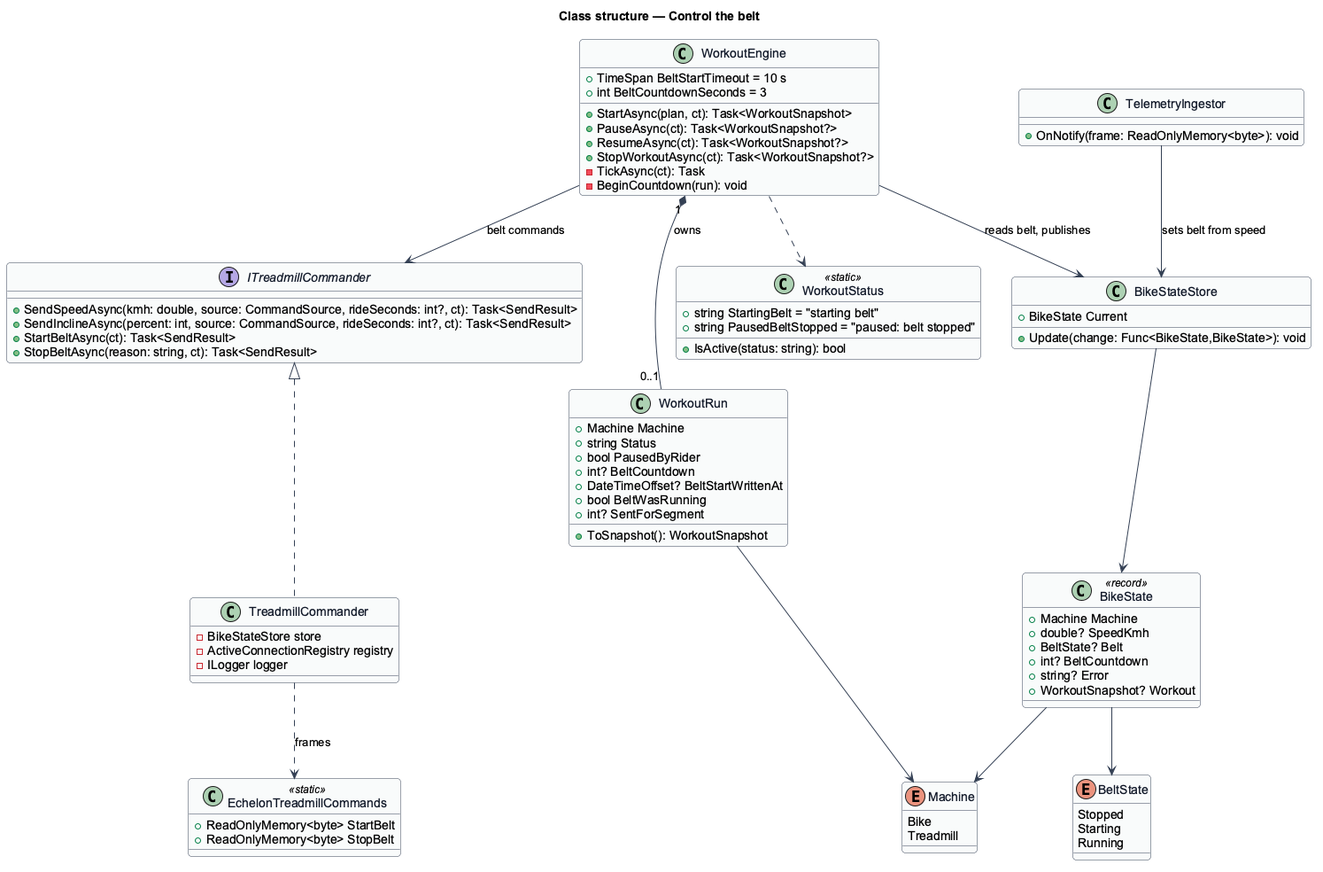
Before: docs/detailed-designs/treadmill/control-the-belt/diagrams/class-structure.png, a diagram exported from PlantUML (QuinntyneBrown/ride-one).
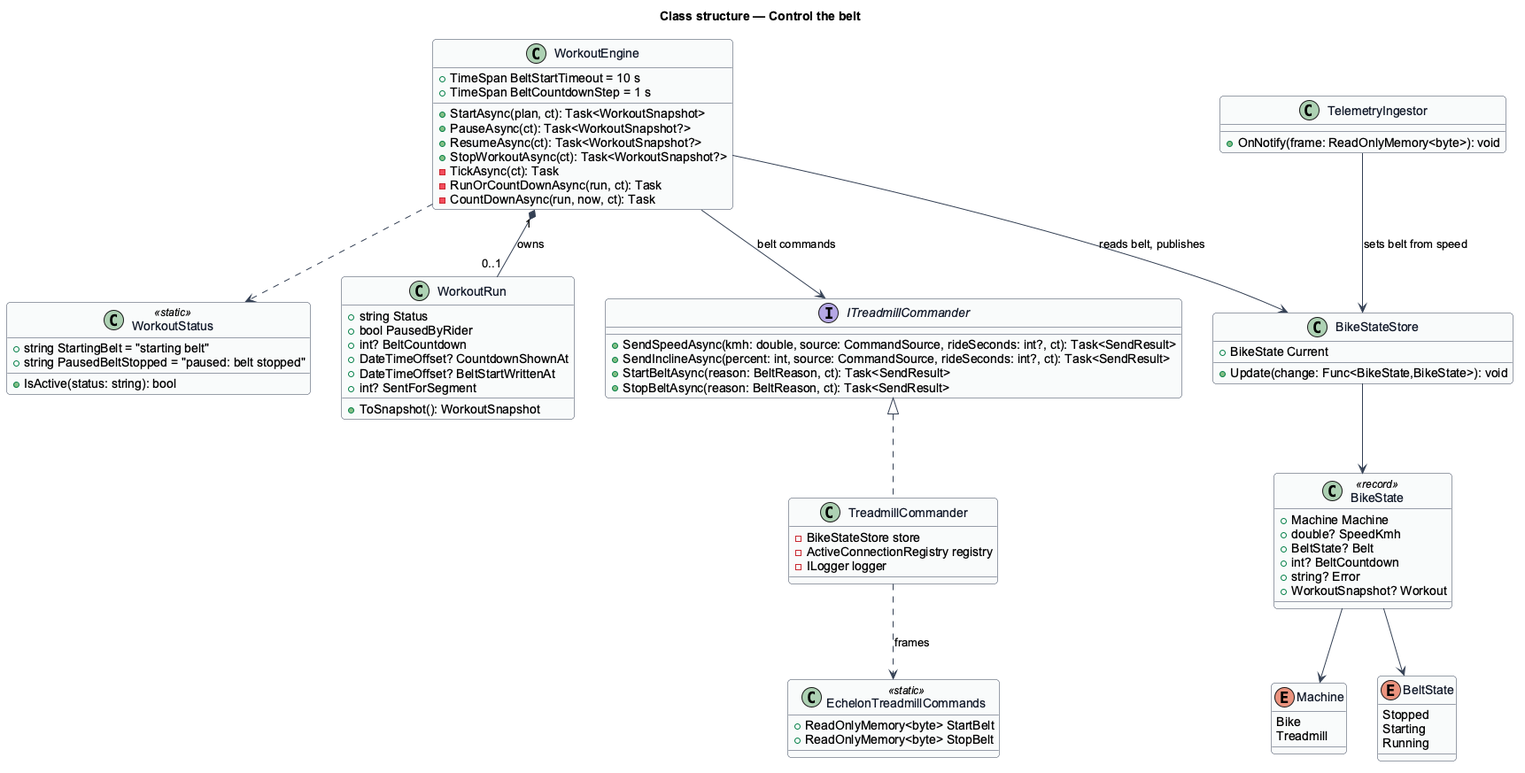
The same diagram one commit later.

The edit, as a diff of the source:
```diff
@@ -38,32 +38,32 @@
 }
 
 class WorkoutRun {
-  +Machine Machine
   +string Status
   +bool PausedByRider
   +int? BeltCountdown
+  +DateTimeOffset? CountdownShownAt
   +DateTimeOffset? BeltStartWrittenAt
-  +bool BeltWasRunning
   +int? SentForSegment
   +ToSnapshot(): WorkoutSnapshot
 }
 
 class WorkoutEngine {
   +TimeSpan BeltStartTimeout = 10 s
-  +int BeltCountdownSeconds = 3
+  +TimeSpan BeltCountdownStep = 1 s
   +StartAsync(plan, ct): Task<WorkoutSnapshot>
   +PauseAsync(ct): Task<WorkoutSnapshot?>
   +ResumeAsync(ct): Task<WorkoutSnapshot?>
   +StopWorkoutAsync(ct): Task<WorkoutSnapshot?>
   -TickAsync(ct): Task
-  -BeginCountdown(run): void
+  -RunOrCountDownAsync(run, ct): Task
+  -CountDownAsync(run, now, ct): Task
 }
 
 interface ITreadmillCommander {
   +SendSpeedAsync(kmh: double, source: CommandSource, rideSeconds: int?, ct): Task<SendResult>
   +SendInclineAsync(percent: int, source: CommandSource, rideSeconds: int?, ct): Task<SendResult>
-  +StartBeltAsync(ct): Task<SendResult>
-  +StopBeltAsync(reason: string, ct): Task<SendResult>
+  +StartBeltAsync(reason: BeltReason, ct): Task<SendResult>
+  +StopBeltAsync(reason: BeltReason, ct): Task<SendResult>
 }
 
 class TreadmillCommander {
@@ -96,5 +96,4 @@
 BikeStateStore --> BikeState
 BikeState --> BeltState
 BikeState --> Machine
-WorkoutRun --> Machine
 @enduml
```
